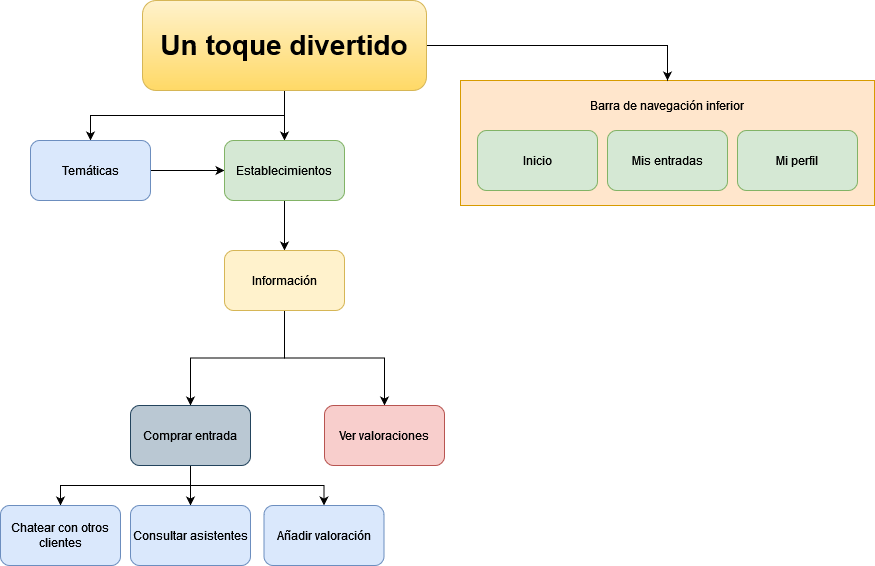
The draw.io diagram P2/Sitemap.png in laurasanchezsanchez/DIU, before a commit. Source tidied: cells renumbered, new cells last; positions are measured from the earlier drawing's top-left corner, leaving out a move shared by most shapes.
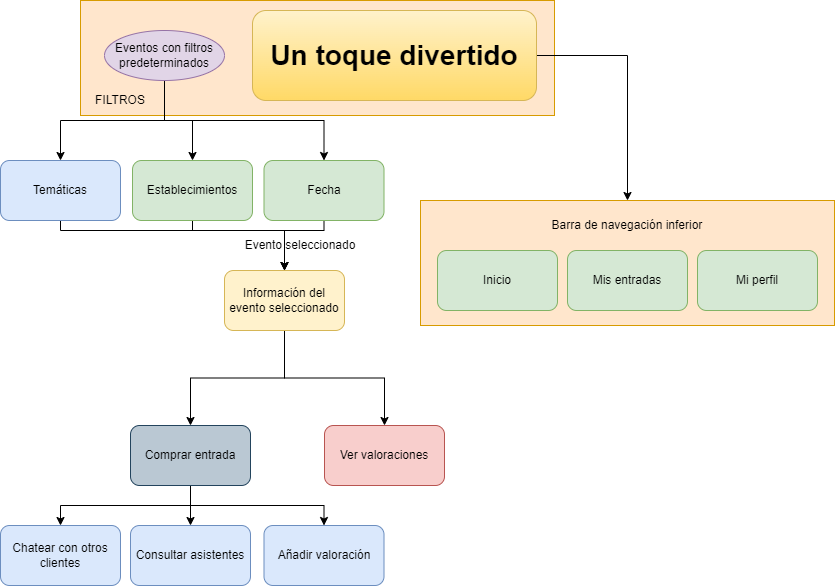
Later version of the same file.

The edit, as a diff of the source:
```diff
@@ -2,32 +2,39 @@
   <root>
     <mxCell id="0" />
     <mxCell id="1" parent="0" />
+    <mxCell id="26" style="rounded=0;whiteSpace=wrap;html=1;align=center;horizontal=1;labelPosition=center;verticalLabelPosition=middle;verticalAlign=middle;fillColor=#ffe6cc;strokeColor=#d79b00;" parent="1" vertex="1">
+      <mxGeometry x="-30" y="-10" width="474" height="115" as="geometry" />
+    </mxCell>
     <mxCell id="2" style="rounded=0;whiteSpace=wrap;html=1;align=center;horizontal=1;labelPosition=center;verticalLabelPosition=middle;verticalAlign=middle;fillColor=#ffe6cc;strokeColor=#d79b00;" parent="1" vertex="1">
-      <mxGeometry x="460" y="80" width="414" height="125" as="geometry" />
+      <mxGeometry x="310" y="190" width="414" height="125" as="geometry" />
     </mxCell>
-    <mxCell id="3" style="edgeStyle=orthogonalEdgeStyle;rounded=0;jettySize=auto;html=1;exitX=0.5;exitY=1;exitDx=0;exitDy=0;entryX=0.5;entryY=0;entryDx=0;entryDy=0;" parent="1" edge="1" source="6" target="8">
-      <mxGeometry relative="1" as="geometry" />
-    </mxCell>
-    <mxCell id="4" style="edgeStyle=orthogonalEdgeStyle;rounded=0;jettySize=auto;html=1;exitX=0.5;exitY=1;exitDx=0;exitDy=0;entryX=0.5;entryY=0;entryDx=0;entryDy=0;" parent="1" edge="1" source="6" target="10">
-      <mxGeometry relative="1" as="geometry" />
-    </mxCell>
     <mxCell id="5" style="edgeStyle=orthogonalEdgeStyle;rounded=0;jettySize=auto;html=1;exitX=1;exitY=0.5;exitDx=0;exitDy=0;entryX=0.5;entryY=0;entryDx=0;entryDy=0;fontSize=12;" parent="1" edge="1" source="6" target="2">
       <mxGeometry relative="1" as="geometry" />
     </mxCell>
     <mxCell id="6" value="Un toque divertido" style="rounded=1;whiteSpace=wrap;html=1;fontSize=28;fontStyle=1;fillColor=#fff2cc;gradientColor=#ffd966;strokeColor=#d6b656;" parent="1" vertex="1">
       <mxGeometry x="142" width="284" height="90" as="geometry" />
     </mxCell>
-    <mxCell id="7" style="edgeStyle=orthogonalEdgeStyle;rounded=0;jettySize=auto;html=1;exitX=1;exitY=0.5;exitDx=0;exitDy=0;entryX=0;entryY=0.5;entryDx=0;entryDy=0;fontSize=12;" parent="1" edge="1" source="8" target="10">
-      <mxGeometry relative="1" as="geometry" />
-    </mxCell>
+    <mxCell id="27" style="edgeStyle=orthogonalEdgeStyle;rounded=0;jettySize=auto;html=1;entryX=0.5;entryY=0;entryDx=0;entryDy=0;" parent="1" edge="1" source="8" target="13">
+      <mxGeometry relative="1" as="geometry">
+        <Array as="points">
+          <mxPoint x="-50" y="220" />
+          <mxPoint x="174" y="220" />
+        </Array>
+      </mxGeometry>
+    </mxCell>
     <mxCell id="8" value="Temáticas" style="rounded=1;whiteSpace=wrap;html=1;fillColor=#dae8fc;strokeColor=#6c8ebf;" parent="1" vertex="1">
-      <mxGeometry x="30" y="140" width="120" height="60" as="geometry" />
+      <mxGeometry x="-110" y="150" width="120" height="60" as="geometry" />
     </mxCell>
     <mxCell id="9" style="edgeStyle=orthogonalEdgeStyle;rounded=0;jettySize=auto;html=1;exitX=0.5;exitY=1;exitDx=0;exitDy=0;entryX=0.5;entryY=0;entryDx=0;entryDy=0;fontSize=12;" parent="1" edge="1" source="10" target="13">
-      <mxGeometry relative="1" as="geometry" />
+      <mxGeometry relative="1" as="geometry">
+        <Array as="points">
+          <mxPoint x="82" y="220" />
+          <mxPoint x="174" y="220" />
+        </Array>
+      </mxGeometry>
     </mxCell>
     <mxCell id="10" value="Establecimientos" style="rounded=1;whiteSpace=wrap;html=1;fillColor=#d5e8d4;strokeColor=#82b366;" parent="1" vertex="1">
-      <mxGeometry x="224" y="140" width="120" height="60" as="geometry" />
+      <mxGeometry x="22" y="150" width="120" height="60" as="geometry" />
     </mxCell>
     <mxCell id="11" style="edgeStyle=orthogonalEdgeStyle;rounded=0;jettySize=auto;html=1;exitX=0.5;exitY=1;exitDx=0;exitDy=0;entryX=0.5;entryY=0;entryDx=0;entryDy=0;fontSize=12;" parent="1" edge="1" source="13" target="17">
       <mxGeometry relative="1" as="geometry" />
@@ -35,8 +42,8 @@
     <mxCell id="12" style="edgeStyle=orthogonalEdgeStyle;rounded=0;jettySize=auto;html=1;exitX=0.5;exitY=1;exitDx=0;exitDy=0;entryX=0.5;entryY=0;entryDx=0;entryDy=0;fontSize=12;" parent="1" edge="1" source="13" target="18">
       <mxGeometry relative="1" as="geometry" />
     </mxCell>
-    <mxCell id="13" value="Información" style="rounded=1;whiteSpace=wrap;html=1;fillColor=#fff2cc;strokeColor=#d6b656;" parent="1" vertex="1">
-      <mxGeometry x="224" y="250" width="120" height="60" as="geometry" />
+    <mxCell id="13" value="Información del evento seleccionado" style="rounded=1;whiteSpace=wrap;html=1;fillColor=#fff2cc;strokeColor=#d6b656;" parent="1" vertex="1">
+      <mxGeometry x="114" y="260" width="120" height="60" as="geometry" />
     </mxCell>
     <mxCell id="14" style="edgeStyle=orthogonalEdgeStyle;rounded=0;jettySize=auto;html=1;exitX=0.5;exitY=1;exitDx=0;exitDy=0;entryX=0.5;entryY=0;entryDx=0;entryDy=0;" parent="1" edge="1" source="17" target="19">
       <mxGeometry relative="1" as="geometry" />
@@ -48,31 +55,65 @@
       <mxGeometry relative="1" as="geometry" />
     </mxCell>
     <mxCell id="17" value="Comprar entrada" style="rounded=1;whiteSpace=wrap;html=1;fillColor=#bac8d3;strokeColor=#23445d;" parent="1" vertex="1">
-      <mxGeometry x="130" y="405" width="120" height="60" as="geometry" />
+      <mxGeometry x="20" y="415" width="120" height="60" as="geometry" />
     </mxCell>
     <mxCell id="18" value="Ver valoraciones" style="rounded=1;whiteSpace=wrap;html=1;fillColor=#f8cecc;strokeColor=#b85450;" parent="1" vertex="1">
-      <mxGeometry x="324" y="405" width="120" height="60" as="geometry" />
+      <mxGeometry x="214" y="415" width="120" height="60" as="geometry" />
     </mxCell>
     <mxCell id="19" value="Chatear con otros clientes" style="rounded=1;whiteSpace=wrap;html=1;fillColor=#dae8fc;strokeColor=#6c8ebf;" parent="1" vertex="1">
-      <mxGeometry y="505" width="120" height="60" as="geometry" />
+      <mxGeometry x="-110" y="515" width="120" height="60" as="geometry" />
     </mxCell>
     <mxCell id="20" value="Consultar asistentes" style="rounded=1;whiteSpace=wrap;html=1;fillColor=#dae8fc;strokeColor=#6c8ebf;" parent="1" vertex="1">
-      <mxGeometry x="130" y="505" width="120" height="60" as="geometry" />
+      <mxGeometry x="20" y="515" width="120" height="60" as="geometry" />
     </mxCell>
     <mxCell id="21" value="Añadir valoración" style="rounded=1;whiteSpace=wrap;html=1;fillColor=#dae8fc;strokeColor=#6c8ebf;" parent="1" vertex="1">
-      <mxGeometry x="263.5" y="505" width="120" height="60" as="geometry" />
+      <mxGeometry x="153.5" y="515" width="120" height="60" as="geometry" />
     </mxCell>
     <mxCell id="22" value="Inicio" style="rounded=1;whiteSpace=wrap;html=1;fontSize=12;fillColor=#d5e8d4;strokeColor=#82b366;" parent="1" vertex="1">
-      <mxGeometry x="477" y="130" width="120" height="60" as="geometry" />
+      <mxGeometry x="327" y="240" width="120" height="60" as="geometry" />
     </mxCell>
     <mxCell id="23" value="Mis entradas" style="rounded=1;whiteSpace=wrap;html=1;fontSize=12;fillColor=#d5e8d4;strokeColor=#82b366;" parent="1" vertex="1">
-      <mxGeometry x="607" y="130" width="120" height="60" as="geometry" />
+      <mxGeometry x="457" y="240" width="120" height="60" as="geometry" />
     </mxCell>
     <mxCell id="24" value="Mi perfil" style="rounded=1;whiteSpace=wrap;html=1;fontSize=12;fillColor=#d5e8d4;strokeColor=#82b366;" parent="1" vertex="1">
-      <mxGeometry x="737" y="130" width="120" height="60" as="geometry" />
+      <mxGeometry x="587" y="240" width="120" height="60" as="geometry" />
     </mxCell>
     <mxCell id="25" value="Barra de navegación inferior" style="text;html=1;strokeColor=none;fillColor=none;align=center;verticalAlign=middle;whiteSpace=wrap;rounded=0;fontSize=12;" parent="1" vertex="1">
-      <mxGeometry x="557" y="90" width="220" height="30" as="geometry" />
+      <mxGeometry x="407" y="200" width="220" height="30" as="geometry" />
     </mxCell>
+    <mxCell id="28" style="edgeStyle=orthogonalEdgeStyle;rounded=0;jettySize=auto;html=1;" parent="1" edge="1" source="31" target="8">
+      <mxGeometry relative="1" as="geometry" />
+    </mxCell>
+    <mxCell id="29" style="edgeStyle=orthogonalEdgeStyle;rounded=0;jettySize=auto;html=1;" parent="1" edge="1" source="31" target="10">
+      <mxGeometry relative="1" as="geometry" />
+    </mxCell>
+    <mxCell id="30" style="edgeStyle=orthogonalEdgeStyle;rounded=0;jettySize=auto;html=1;entryX=0.5;entryY=0;entryDx=0;entryDy=0;" parent="1" edge="1" source="31" target="34">
+      <mxGeometry relative="1" as="geometry">
+        <Array as="points">
+          <mxPoint x="54" y="110" />
+          <mxPoint x="214" y="110" />
+        </Array>
+      </mxGeometry>
+    </mxCell>
+    <mxCell id="31" value="Eventos con filtros predeterminados" style="ellipse;whiteSpace=wrap;html=1;fillColor=#e1d5e7;strokeColor=#9673a6;" parent="1" vertex="1">
+      <mxGeometry x="-6" y="20" width="120" height="50" as="geometry" />
+    </mxCell>
+    <mxCell id="32" value="FILTROS" style="text;html=1;strokeColor=none;fillColor=none;align=center;verticalAlign=middle;whiteSpace=wrap;rounded=0;" parent="1" vertex="1">
+      <mxGeometry x="-20" y="75" width="60" height="30" as="geometry" />
+    </mxCell>
+    <mxCell id="33" style="edgeStyle=orthogonalEdgeStyle;rounded=0;jettySize=auto;html=1;entryX=0.5;entryY=0;entryDx=0;entryDy=0;" parent="1" edge="1" source="34" target="13">
+      <mxGeometry relative="1" as="geometry">
+        <Array as="points">
+          <mxPoint x="214" y="220" />
+          <mxPoint x="174" y="220" />
+        </Array>
+      </mxGeometry>
+    </mxCell>
+    <mxCell id="34" value="Fecha" style="rounded=1;whiteSpace=wrap;html=1;fillColor=#d5e8d4;strokeColor=#82b366;" parent="1" vertex="1">
+      <mxGeometry x="153.5" y="150" width="120" height="60" as="geometry" />
+    </mxCell>
+    <mxCell id="35" value="Evento seleccionado" style="text;html=1;strokeColor=none;fillColor=none;align=center;verticalAlign=middle;whiteSpace=wrap;rounded=0;" parent="1" vertex="1">
+      <mxGeometry x="110" y="220" width="160" height="30" as="geometry" />
+    </mxCell>
   </root>
 </mxGraphModel>
```
